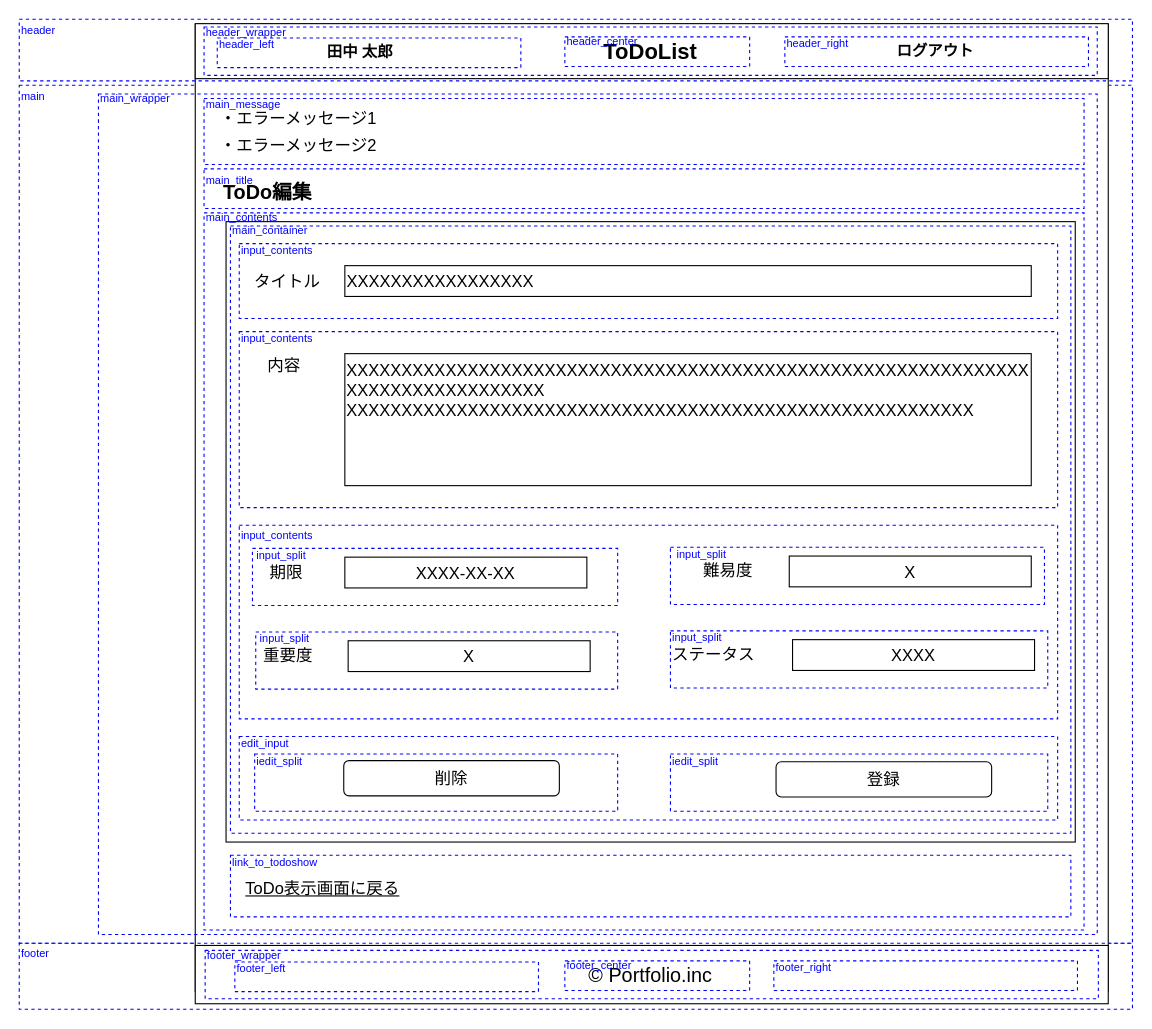
Earlier version of the draw.io diagram portfolio03/01/layout/todo_edit/portfolio03_01_todo_edit_detail.drawio (RRRYOOO/portfolio). Source tidied: cells renumbered, new cells numbered last; positions are measured from the earlier drawing's top-left corner, leaving out a move shared by most shapes. Both pictures are drawn from the tidied source at 110%, with x=0, y=0 at pixel (19, 19).
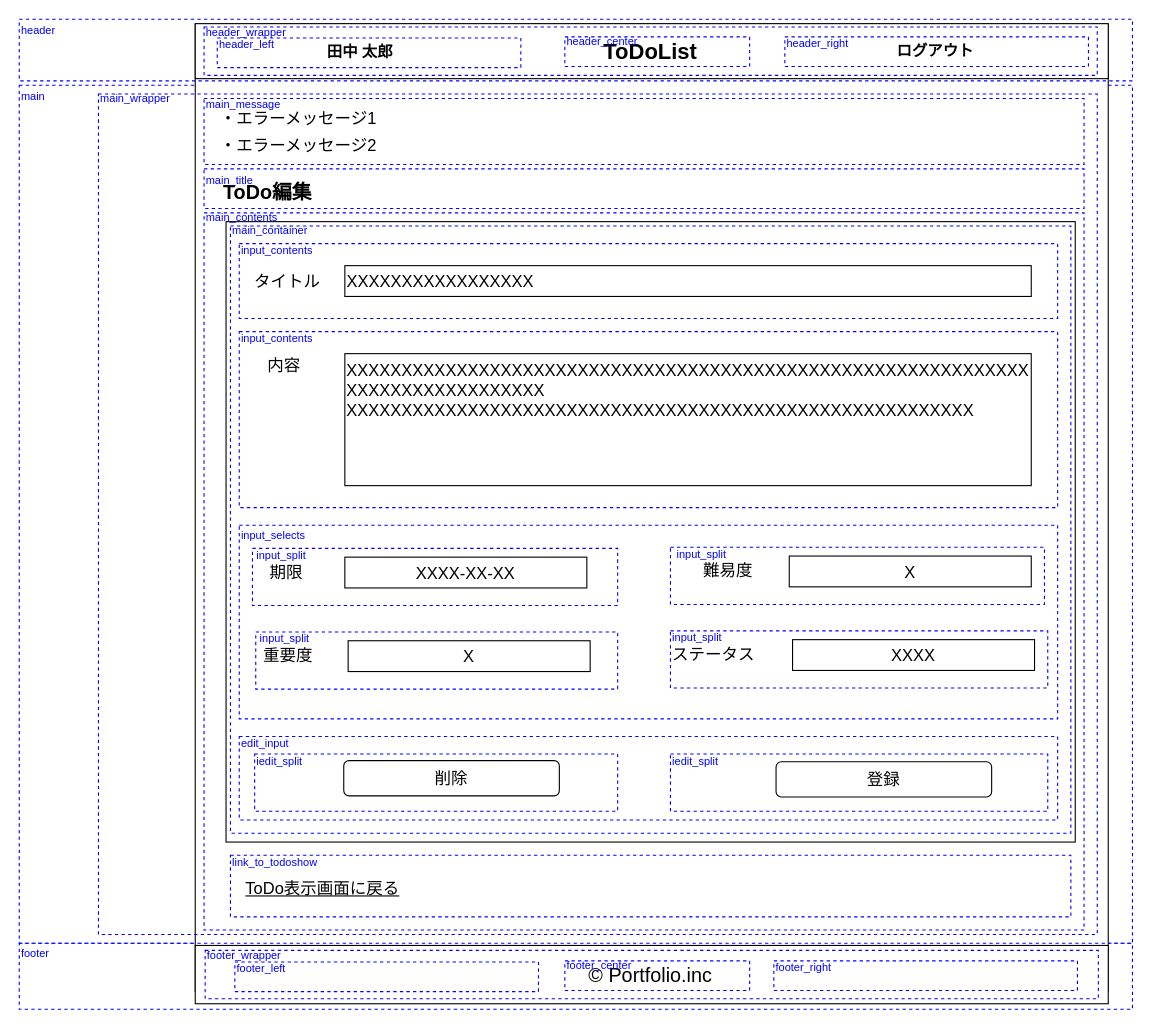
Above is the later version.

Commit message (it also covers changes not shown here):
changed the name of division.

Change to the diagram source:
```diff
@@
-    <mxCell id="58" value="input_contents" style="text;html=1;strokeColor=none;fillColor=none;align=left;verticalAlign=middle;whiteSpace=wrap;rounded=0;dashed=1;fontColor=#0000FF;fontSize=10;" parent="1" vertex="1">
+    <mxCell id="58" value="input_selects" style="text;html=1;strokeColor=none;fillColor=none;align=left;verticalAlign=middle;whiteSpace=wrap;rounded=0;dashed=1;fontColor=#0000FF;fontSize=10;" parent="1" vertex="1">
       <mxGeometry x="200" y="463" width="80" height="12" as="geometry" />
     </mxCell>
```
